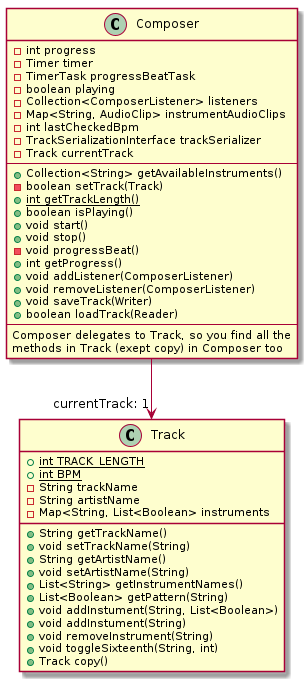
Earlier version of the PlantUML export docs/release3/diagrams/core-class-diagram.png (PeterJFB/drum-sequencer). The source it was exported from:
```plantuml
@startuml
class Track {
  {static} + int TRACK_LENGTH
  {static} + int BPM
  - String trackName
  - String artistName
  - Map<String, List<Boolean> instruments
  + String getTrackName()
  + void setTrackName(String)
  + String getArtistName()
  + void setArtistName(String)
  + List<String> getInstrumentNames()
  + List<Boolean> getPattern(String)
  + void addInstument(String, List<Boolean>)
  + void addInstument(String)
  + void removeInstrument(String)
  + void toggleSixteenth(String, int)
  + Track copy()
}

class Composer {
  - int progress
  - Timer timer
  - TimerTask progressBeatTask
  - boolean playing
  - Collection<ComposerListener> listeners
  - Map<String, AudioClip> instrumentAudioClips
  - int lastCheckedBpm
  - TrackSerializationInterface trackSerializer
  - Track currentTrack
  --
  + Collection<String> getAvailableInstruments()
  - boolean setTrack(Track)
  + {static} int getTrackLength()
  + boolean isPlaying()
  + void start()
  + void stop()
  - void progressBeat()
  + int getProgress()
  + void addListener(ComposerListener)
  + void removeListener(ComposerListener)
  + void saveTrack(Writer)
  + boolean loadTrack(Reader)
  --
  Composer delegates to Track, so you find all the
  methods in Track (exept copy) in Composer too
}

Composer --> "currentTrack: 1" Track
@enduml
```
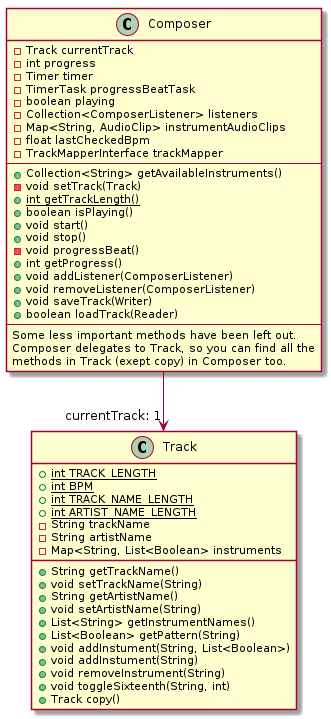
The same file after the commit.

Commit message:
Related to #108. Update class diagrams

The edit, as a diff of the source:
```diff
@@ -1,7 +1,9 @@
 @startuml
 class Track {
-  {static} + int TRACK_LENGTH
-  {static} + int BPM
+  + {static} int TRACK_LENGTH
+  + {static} int BPM
+  + {static} int TRACK_NAME_LENGTH
+  + {static} int ARTIST_NAME_LENGTH
   - String trackName
   - String artistName
   - Map<String, List<Boolean> instruments
@@ -19,18 +21,18 @@
 }
 
 class Composer {
+  - Track currentTrack
   - int progress
   - Timer timer
   - TimerTask progressBeatTask
   - boolean playing
   - Collection<ComposerListener> listeners
   - Map<String, AudioClip> instrumentAudioClips
-  - int lastCheckedBpm
-  - TrackSerializationInterface trackSerializer
-  - Track currentTrack
+  - float lastCheckedBpm
+  - TrackMapperInterface trackMapper
   --
   + Collection<String> getAvailableInstruments()
-  - boolean setTrack(Track)
+  - void setTrack(Track)
   + {static} int getTrackLength()
   + boolean isPlaying()
   + void start()
@@ -42,8 +44,9 @@
   + void saveTrack(Writer)
   + boolean loadTrack(Reader)
   --
-  Composer delegates to Track, so you find all the
-  methods in Track (exept copy) in Composer too
+  Some less important methods have been left out.
+  Composer delegates to Track, so you can find all the
+  methods in Track (exept copy) in Composer too.
 }
 
 Composer --> "currentTrack: 1" Track
```
